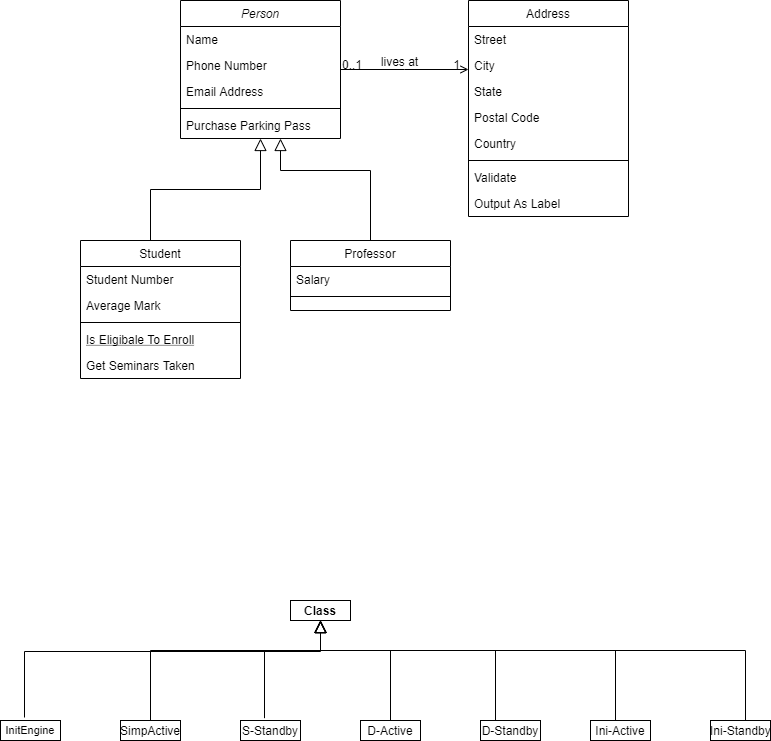
The draw.io diagram UML/Engine.png in Steve888888/FN-Redundancy, before a commit. Source tidied: cells renumbered, new cells last; positions are measured from the earlier drawing's top-left corner, leaving out a move shared by most shapes.
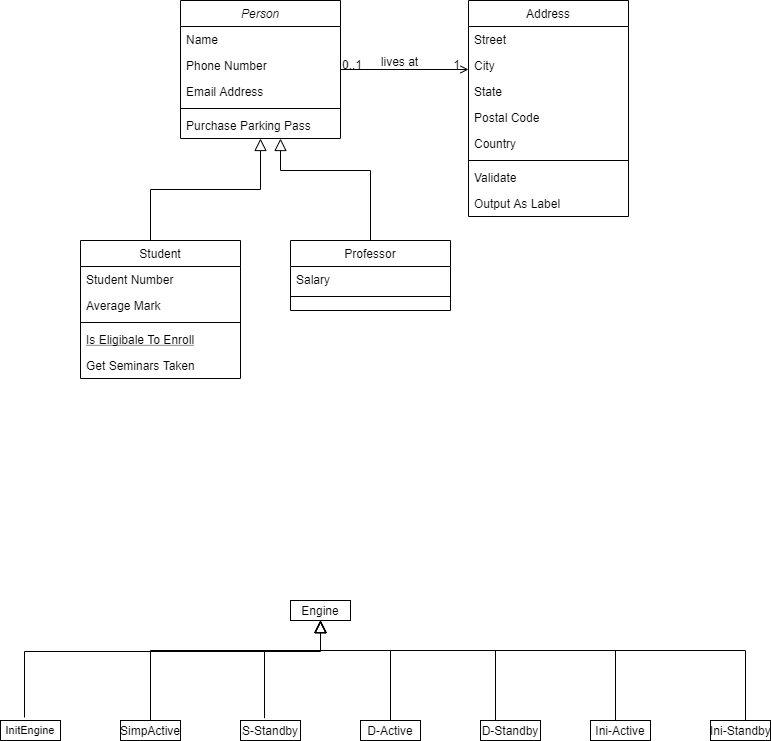
After the change.

Change to the diagram source:
```diff
@@ -108,7 +108,7 @@
         <mxPoint x="-38" y="40" as="offset" />
       </mxGeometry>
     </mxCell>
-    <mxCell id="32" value="&lt;p style=&quot;margin:0px;margin-top:4px;text-align:center;&quot;&gt;&lt;b&gt;Class&lt;/b&gt;&lt;/p&gt;&lt;hr size=&quot;1&quot;/&gt;&lt;div style=&quot;height:2px;&quot;&gt;&lt;/div&gt;" style="verticalAlign=top;align=left;overflow=fill;fontSize=12;fontFamily=Helvetica;html=1;" parent="1" vertex="1">
+    <mxCell id="32" value="&lt;p style=&quot;margin: 0px ; margin-top: 4px ; text-align: center&quot;&gt;Engine&lt;/p&gt;&lt;hr size=&quot;1&quot;&gt;&lt;div style=&quot;height: 2px&quot;&gt;&lt;/div&gt;" style="verticalAlign=top;align=left;overflow=fill;fontSize=12;fontFamily=Helvetica;html=1;" parent="1" vertex="1">
       <mxGeometry x="290" y="600" width="60" height="20" as="geometry" />
     </mxCell>
     <mxCell id="33" style="endArrow=block;endSize=10;endFill=0;shadow=0;strokeWidth=1;rounded=0;edgeStyle=elbowEdgeStyle;elbow=vertical;" parent="1" edge="1">
```
